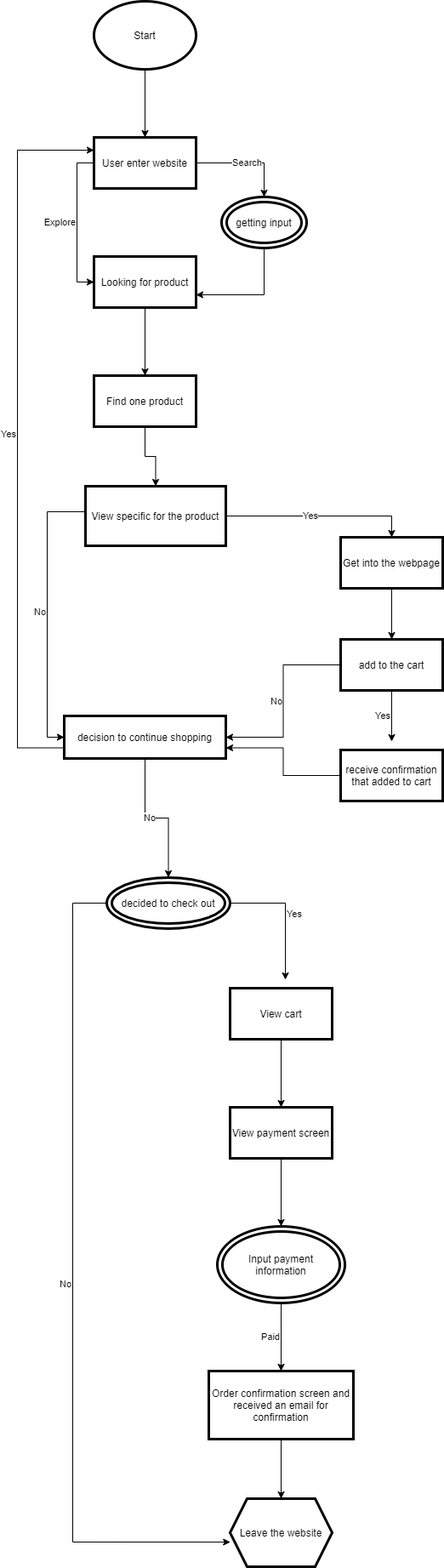
SikYinSun/fa21-cse110-lab4 keeps this draw.io diagram as explore/diagramming/diagram.drawio.png. Above is the earlier version. Source tidied: cells renumbered, new cells last; positions are measured from the earlier drawing's top-left corner, leaving out a move shared by most shapes.
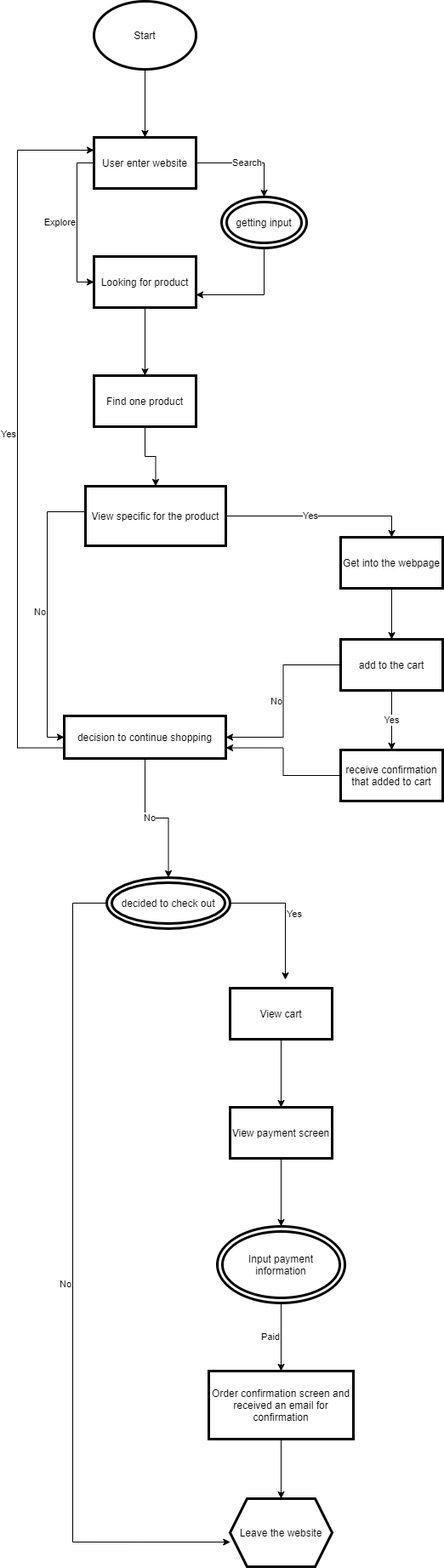
The same diagram one commit later.

What changed in the source:
```diff
@@ -123,10 +123,8 @@
     <mxCell id="33" value="No" style="edgeStyle=orthogonalEdgeStyle;rounded=0;jettySize=auto;html=1;entryX=1;entryY=0.5;entryDx=0;entryDy=0;align=right;" parent="1" edge="1" source="35" target="30">
       <mxGeometry relative="1" as="geometry" />
     </mxCell>
-    <mxCell id="34" value="Yes" style="edgeStyle=orthogonalEdgeStyle;rounded=0;jettySize=auto;html=1;align=right;" parent="1" edge="1" source="35">
-      <mxGeometry relative="1" as="geometry">
-        <mxPoint x="440" y="870" as="targetPoint" />
-      </mxGeometry>
+    <mxCell id="34" value="Yes" style="edgeStyle=orthogonalEdgeStyle;rounded=0;jettySize=auto;html=1;entryX=0.5;entryY=0;entryDx=0;entryDy=0;" parent="1" edge="1" source="35" target="37">
+      <mxGeometry relative="1" as="geometry" />
     </mxCell>
     <mxCell id="35" value="add to the cart" style="rounded=0;whiteSpace=wrap;html=1;strokeWidth=3;" parent="1" vertex="1">
       <mxGeometry x="380" y="750" width="120" height="60" as="geometry" />
```
